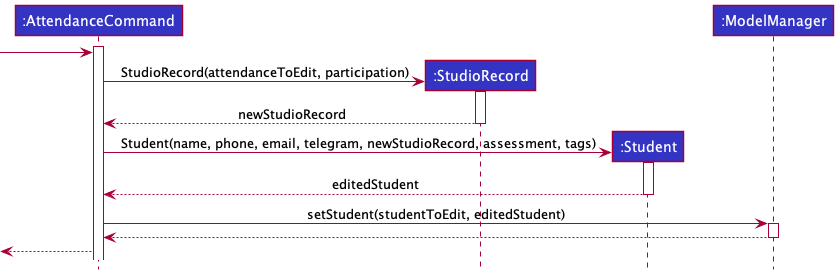
Earlier version of the PlantUML export docs/images/logic/commands/attendancecommand/UpdateModelAttendanceSequenceDiagram.png (nus-cs2103-AY2122S1/tp).
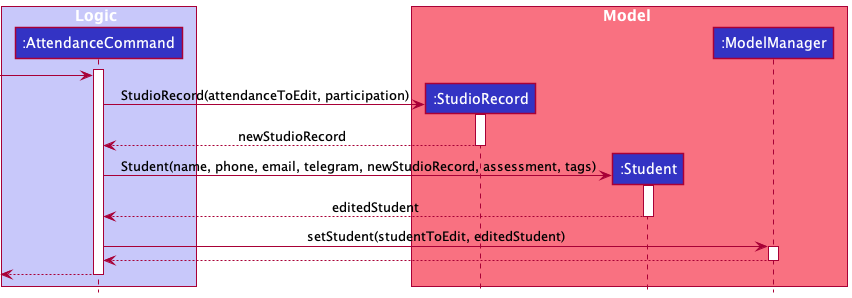
The same file after the commit.

Commit message:
Update Sequence Diagrams for both Attendance and Participation

Change to the diagram source:
```diff
@@ -1,11 +1,15 @@
 @startuml
 !include ../../../style.puml
 
+box Logic LOGIC_COLOR_T1
 Participant ":AttendanceCommand" as ac LOGIC_COLOR
+end box
+
+box Model MODEL_COLOR_T1
 Participant ":StudioRecord" as sr LOGIC_COLOR
 Participant ":Student" as est LOGIC_COLOR
 Participant ":ModelManager" as mm LOGIC_COLOR
-
+end box
 
 activate ac
 -> ac
@@ -20,5 +24,5 @@
 
 ac -> mm ++ : setStudent(studentToEdit, editedStudent)
 mm --> ac --
-<-- ac
+<-- ac --
 @enduml
```
